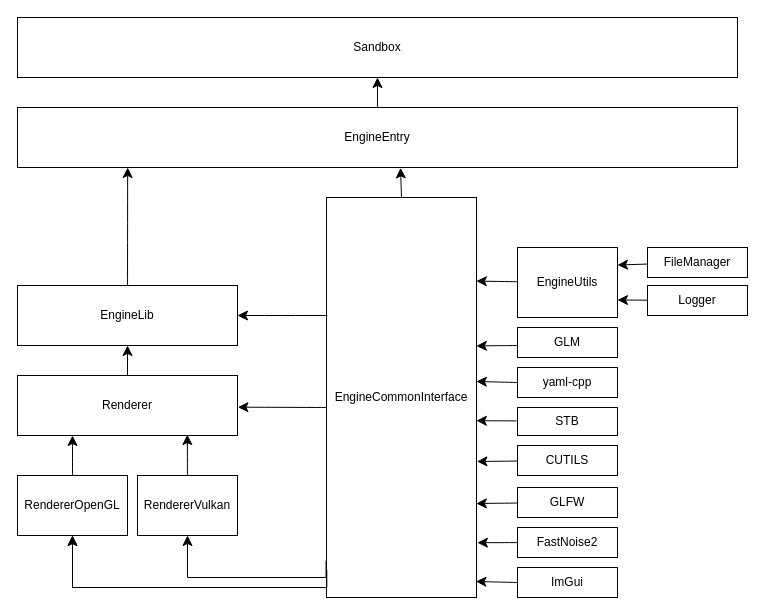
Above: EngineArchitecture.drawio in Krusto/SandboxGame (draw.io), before the change. Source tidied: cells renumbered, new cells numbered last; positions are measured from the earlier drawing's top-left corner, leaving out a move shared by most shapes. Both pictures are drawn from the tidied source at 100%, with x=0, y=0 at pixel (17, 17).
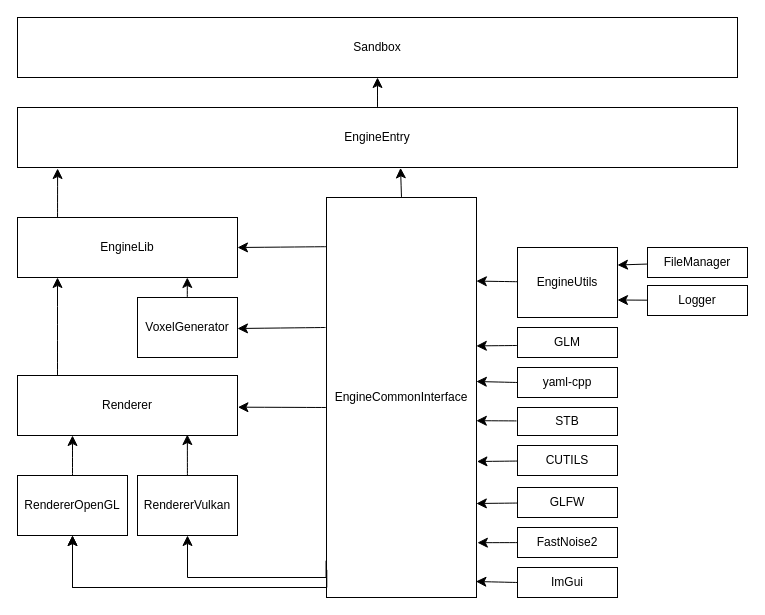
The same page after the edit.

The change refers to these unchanged cells:
```xml
<mxCell id="5" value="Renderer" style="rounded=0;whiteSpace=wrap;html=1;" parent="1" vertex="1">
  <mxGeometry y="358" width="220" height="60" as="geometry" />
</mxCell>
<mxCell id="30" value="EngineCommonInterface" style="rounded=0;whiteSpace=wrap;html=1;" parent="1" vertex="1">
  <mxGeometry x="309" y="180" width="150" height="400" as="geometry" />
</mxCell>
<mxCell id="39" value="EngineEntry" style="rounded=0;whiteSpace=wrap;html=1;" parent="1" vertex="1">
  <mxGeometry y="90" width="720" height="60" as="geometry" />
</mxCell>
```

The edit, as a diff of the source:
```diff
@@
-    <mxCell id="2" style="edgeStyle=none;curved=1;rounded=0;jettySize=auto;html=1;fontSize=12;startSize=8;endSize=8;entryX=0.153;entryY=1;entryDx=0;entryDy=0;entryPerimeter=0;" parent="1" edge="1" source="3" target="39">
-      <mxGeometry relative="1" as="geometry" />
+    <mxCell id="2" style="edgeStyle=none;curved=1;rounded=0;jettySize=auto;html=1;fontSize=12;startSize=8;endSize=8;entryX=0.153;entryY=1;entryDx=0;entryDy=0;entryPerimeter=0;exitX=0.182;exitY=0.02;exitDx=0;exitDy=0;exitPerimeter=0;" parent="1" edge="1" source="3">
+      <mxGeometry relative="1" as="geometry">
+        <mxPoint x="40.1" y="151" as="targetPoint" />
+      </mxGeometry>
     </mxCell>
     <mxCell id="3" value="EngineLib" style="rounded=0;whiteSpace=wrap;html=1;" parent="1" vertex="1">
-      <mxGeometry y="268" width="220" height="60" as="geometry" />
+      <mxGeometry y="200" width="220" height="60" as="geometry" />
     </mxCell>
-    <mxCell id="4" style="edgeStyle=none;curved=1;rounded=0;jettySize=auto;html=1;entryX=0.5;entryY=1;entryDx=0;entryDy=0;fontSize=12;startSize=8;endSize=8;" parent="1" edge="1" source="5" target="3">
-      <mxGeometry relative="1" as="geometry" />
+    <mxCell id="4" style="edgeStyle=none;curved=1;rounded=0;orthogonalLoop=1;jettySize=auto;html=1;entryX=0.5;entryY=1;entryDx=0;entryDy=0;fontSize=12;startSize=8;endSize=8;" parent="1" edge="1">
+      <mxGeometry relative="1" as="geometry">
+        <mxPoint x="40" y="358" as="sourcePoint" />
+        <mxPoint x="40" y="260" as="targetPoint" />
+      </mxGeometry>
     </mxCell>
@@
-    <mxCell id="32" style="endArrow=classic;html=1;rounded=0;fontSize=12;startSize=8;endSize=8;curved=1;entryX=1;entryY=0.5;entryDx=0;entryDy=0;" parent="1" edge="1" target="3">
-      <mxGeometry relative="1" as="geometry">
-        <mxPoint x="310" y="298" as="sourcePoint" />
-      </mxGeometry>
+    <mxCell id="32" style="endArrow=classic;html=1;rounded=0;fontSize=12;startSize=8;endSize=8;curved=1;entryX=1;entryY=0.5;entryDx=0;entryDy=0;exitX=-0.004;exitY=0.123;exitDx=0;exitDy=0;exitPerimeter=0;" parent="1" edge="1" source="30" target="3">
+      <mxGeometry relative="1" as="geometry" />
     </mxCell>
@@
+    <mxCell id="42" value="VoxelGenerator" style="rounded=0;whiteSpace=wrap;html=1;" parent="1" vertex="1">
+      <mxGeometry x="120" y="280" width="100" height="60" as="geometry" />
+    </mxCell>
+    <mxCell id="43" style="endArrow=classic;html=1;rounded=0;fontSize=12;startSize=8;endSize=8;curved=1;entryX=1;entryY=0.5;entryDx=0;entryDy=0;exitX=-0.004;exitY=0.123;exitDx=0;exitDy=0;exitPerimeter=0;" parent="1" edge="1">
+      <mxGeometry relative="1" as="geometry">
+        <mxPoint x="308" y="310" as="sourcePoint" />
+        <mxPoint x="220" y="311" as="targetPoint" />
+      </mxGeometry>
+    </mxCell>
+    <mxCell id="44" style="edgeStyle=none;curved=1;rounded=0;orthogonalLoop=1;jettySize=auto;html=1;fontSize=12;startSize=8;endSize=8;" parent="1" edge="1">
+      <mxGeometry relative="1" as="geometry">
+        <mxPoint x="169.8" y="280" as="sourcePoint" />
+        <mxPoint x="169.8" y="260" as="targetPoint" />
+      </mxGeometry>
+    </mxCell>
```
